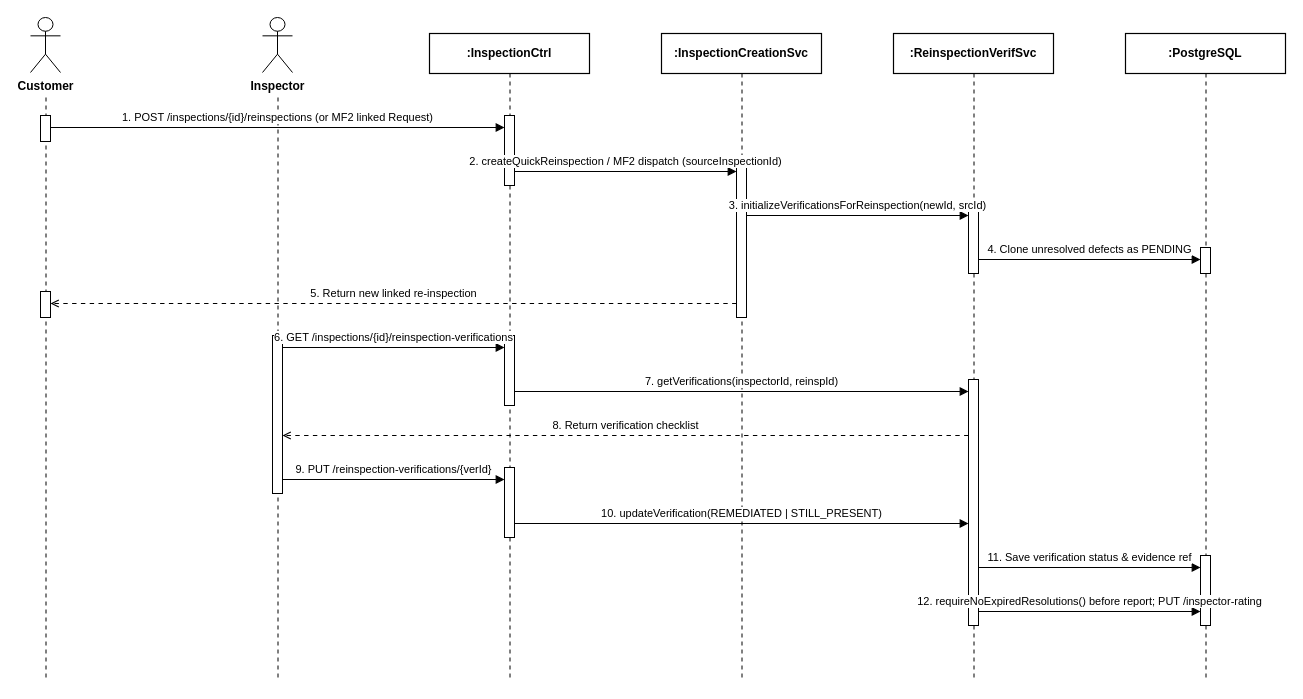
Before: page "FE-24 - Post-Remediation Re-Inspection" (26 of 26) of diagrams/smartdrone-sequence-diagrams.drawio in tungbach12/SmartDroneInspection-Docs, a draw.io diagram. Source tidied: cells renumbered, new cells numbered last; positions are measured from the earlier drawing's top-left corner, leaving out a move shared by most shapes. Both pictures are drawn from the tidied source at 100%, with x=0, y=0 at pixel (30, 17).
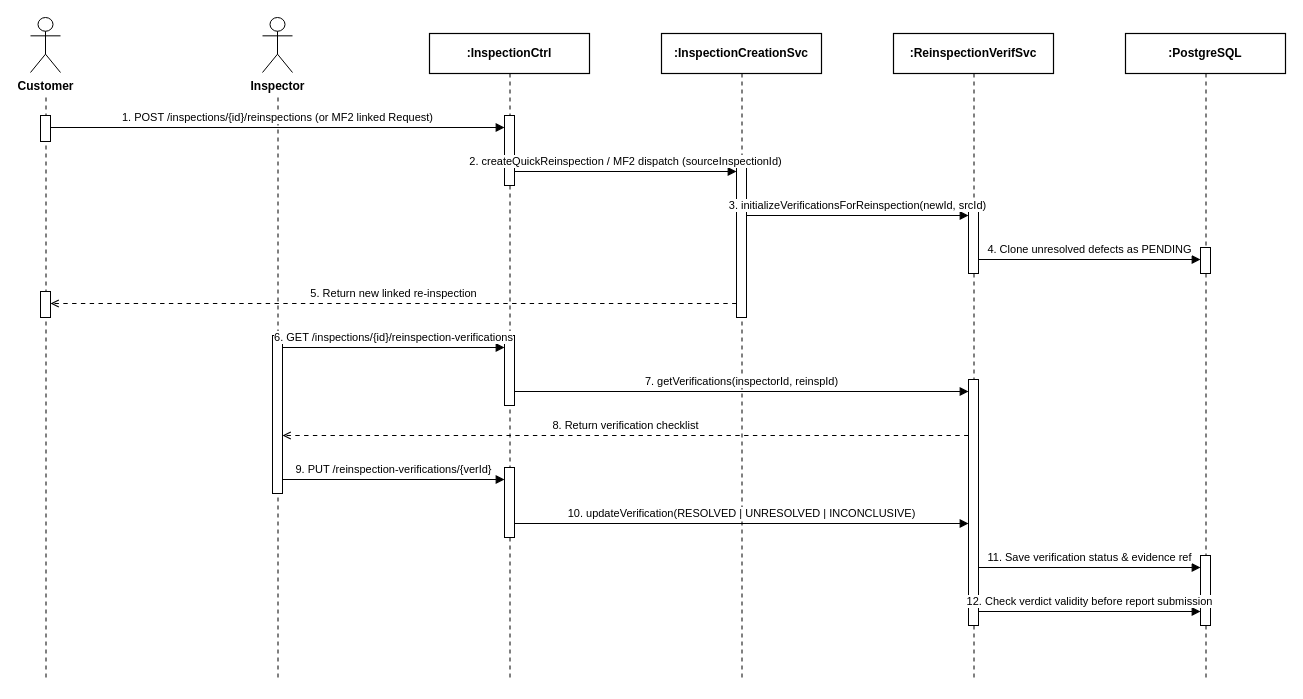
The same page after the edit.

Unchanged cells that the change refers to:
```xml
<mxCell id="19" style="rounded=0;whiteSpace=wrap;html=1;fillColor=#ffffff;strokeColor=#000000;strokeWidth=1;" parent="1" vertex="1">
  <mxGeometry x="474" y="450" width="10" height="70" as="geometry" />
</mxCell>
<mxCell id="22" style="rounded=0;whiteSpace=wrap;html=1;fillColor=#ffffff;strokeColor=#000000;strokeWidth=1;" parent="1" vertex="1">
  <mxGeometry x="938" y="362" width="10" height="246" as="geometry" />
</mxCell>
<mxCell id="24" style="rounded=0;whiteSpace=wrap;html=1;fillColor=#ffffff;strokeColor=#000000;strokeWidth=1;" parent="1" vertex="1">
  <mxGeometry x="1170" y="538" width="10" height="70" as="geometry" />
</mxCell>
```

What changed in the source:
```diff
@@
-    <mxCell id="34" value="10. updateVerification(REMEDIATED | STILL_PRESENT)" style="edgeStyle=orthogonalEdgeStyle;rounded=0;html=1;endArrow=block;endFill=1;strokeColor=#000000;strokeWidth=1.1;fontColor=#000000;fontFamily=Helvetica;fontSize=11;labelBackgroundColor=#ffffff;exitX=1;exitY=0.8000;exitDx=0;exitDy=0;entryX=0;entryY=0.5854;entryDx=0;entryDy=0;" parent="1" edge="1" source="19" target="22">
+    <mxCell id="34" value="10. updateVerification(RESOLVED | UNRESOLVED | INCONCLUSIVE)" style="edgeStyle=orthogonalEdgeStyle;rounded=0;html=1;endArrow=block;endFill=1;strokeColor=#000000;strokeWidth=1.1;fontColor=#000000;fontFamily=Helvetica;fontSize=11;labelBackgroundColor=#ffffff;exitX=1;exitY=0.8000;exitDx=0;exitDy=0;entryX=0;entryY=0.5854;entryDx=0;entryDy=0;" parent="1" edge="1" source="19" target="22">
       <mxGeometry relative="1" as="geometry">
         <mxPoint y="-10" as="offset" />
       </mxGeometry>
     </mxCell>
@@
-    <mxCell id="36" value="12. requireNoExpiredResolutions() before report; PUT /inspector-rating" style="edgeStyle=orthogonalEdgeStyle;rounded=0;html=1;endArrow=block;endFill=1;strokeColor=#000000;strokeWidth=1.1;fontColor=#000000;fontFamily=Helvetica;fontSize=11;labelBackgroundColor=#ffffff;exitX=1;exitY=0.9431;exitDx=0;exitDy=0;entryX=0;entryY=0.8000;entryDx=0;entryDy=0;" parent="1" edge="1" source="22" target="24">
+    <mxCell id="36" value="12. Check verdict validity before report submission" style="edgeStyle=orthogonalEdgeStyle;rounded=0;html=1;endArrow=block;endFill=1;strokeColor=#000000;strokeWidth=1.1;fontColor=#000000;fontFamily=Helvetica;fontSize=11;labelBackgroundColor=#ffffff;exitX=1;exitY=0.9431;exitDx=0;exitDy=0;entryX=0;entryY=0.8000;entryDx=0;entryDy=0;" parent="1" edge="1" source="22" target="24">
       <mxGeometry relative="1" as="geometry">
         <mxPoint y="-10" as="offset" />
       </mxGeometry>
     </mxCell>
```
